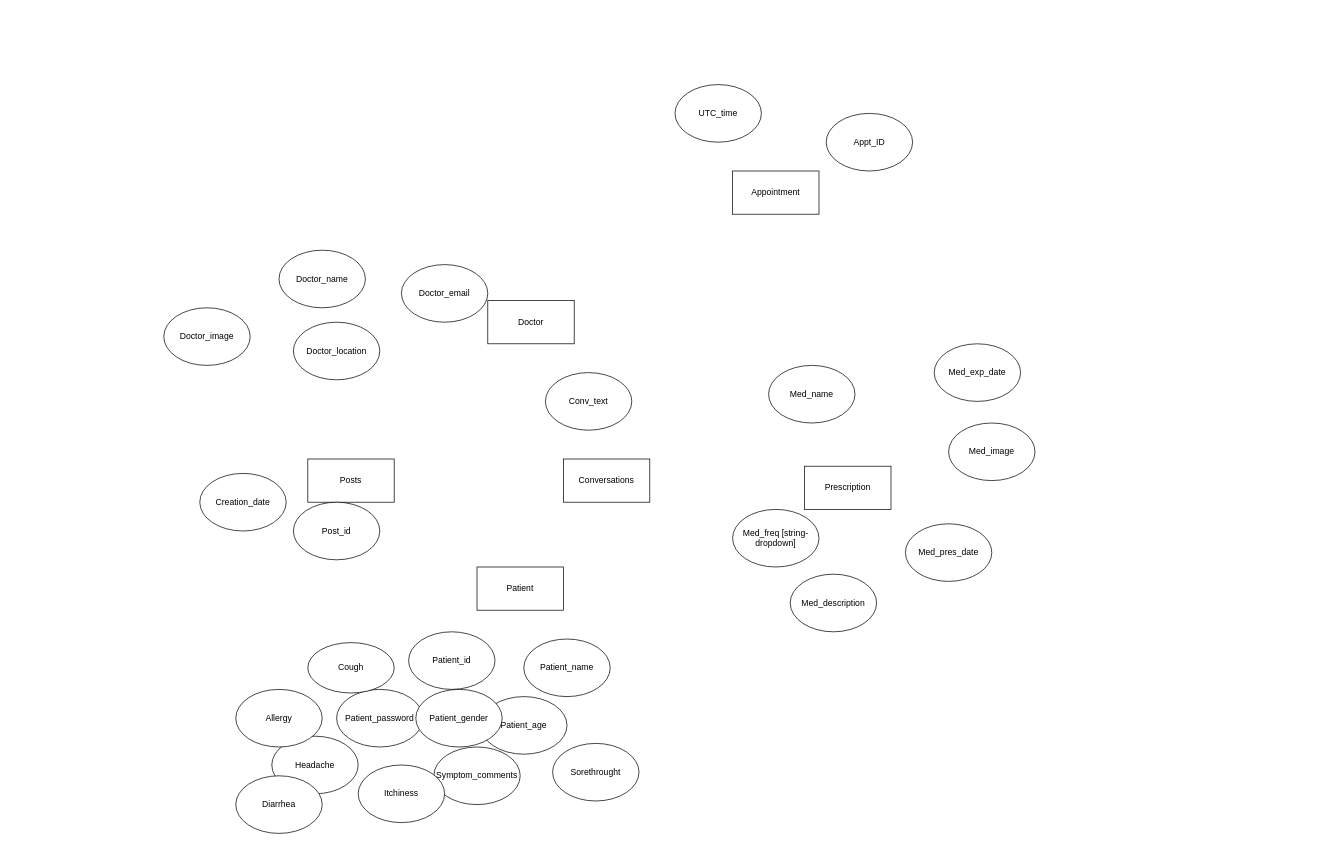
The draw.io diagram Rough_diagram.drawio in jiwoongjeon/FelicityApp, before the edit. Source tidied: cells renumbered, new cells numbered last; positions are measured from the earlier drawing's top-left corner, leaving out a move shared by most shapes. Both pictures are drawn from the tidied source at 72%, with x=0, y=0 at pixel (163, 84).
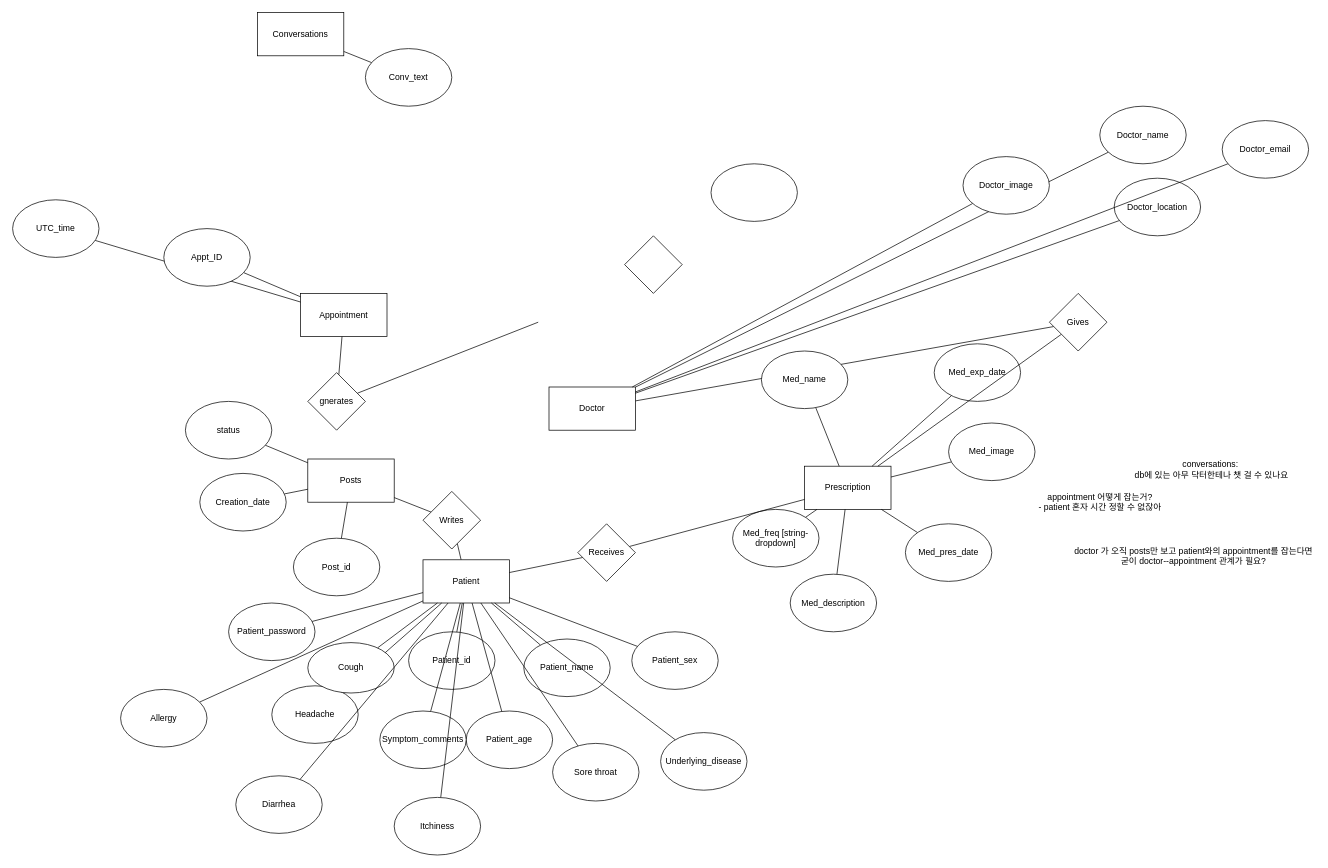
The same diagram, later.

The change refers to these unchanged cells:
```xml
<mxCell id="4" value="Prescription" style="rounded=0;whiteSpace=wrap;html=1;" parent="1" vertex="1">
  <mxGeometry x="890" y="530" width="120" height="60" as="geometry" />
</mxCell>
<mxCell id="6" value="Posts" style="rounded=0;whiteSpace=wrap;html=1;" parent="1" vertex="1">
  <mxGeometry x="200" y="520" width="120" height="60" as="geometry" />
</mxCell>
<mxCell id="9" value="Med_exp_date" style="ellipse;whiteSpace=wrap;html=1;" parent="1" vertex="1">
  <mxGeometry x="1070" y="360" width="120" height="80" as="geometry" />
</mxCell>
<mxCell id="14" value="Patient_id" style="ellipse;whiteSpace=wrap;html=1;" parent="1" vertex="1">
  <mxGeometry x="340" y="760" width="120" height="80" as="geometry" />
</mxCell>
<mxCell id="15" value="Creation_date" style="ellipse;whiteSpace=wrap;html=1;" parent="1" vertex="1">
  <mxGeometry x="50" y="540" width="120" height="80" as="geometry" />
</mxCell>
<mxCell id="18" value="Patient_name" style="ellipse;whiteSpace=wrap;html=1;" parent="1" vertex="1">
  <mxGeometry x="500" y="770" width="120" height="80" as="geometry" />
</mxCell>
<mxCell id="25" value="Cough" style="ellipse;whiteSpace=wrap;html=1;" parent="1" vertex="1">
  <mxGeometry x="200" y="775" width="120" height="70" as="geometry" />
</mxCell>
<mxCell id="28" value="Diarrhea" style="ellipse;whiteSpace=wrap;html=1;" parent="1" vertex="1">
  <mxGeometry x="100" y="960" width="120" height="80" as="geometry" />
</mxCell>
<mxCell id="29" value="Med_pres_date" style="ellipse;whiteSpace=wrap;html=1;" parent="1" vertex="1">
  <mxGeometry x="1030" y="610" width="120" height="80" as="geometry" />
</mxCell>
<mxCell id="30" value="Med_image" style="ellipse;whiteSpace=wrap;html=1;" parent="1" vertex="1">
  <mxGeometry x="1090" y="470" width="120" height="80" as="geometry" />
</mxCell>
<mxCell id="31" value="Med_freq [string-dropdown]" style="ellipse;whiteSpace=wrap;html=1;" parent="1" vertex="1">
  <mxGeometry x="790" y="590" width="120" height="80" as="geometry" />
</mxCell>
<mxCell id="32" value="Med_description" style="ellipse;whiteSpace=wrap;html=1;" parent="1" vertex="1">
  <mxGeometry x="870" y="680" width="120" height="80" as="geometry" />
</mxCell>
```

Change to the diagram source:
```diff
@@
+    <mxCell id="35" style="edgeStyle=none;rounded=0;jettySize=auto;html=1;endArrow=none;endFill=0;" parent="1" edge="1" source="2" target="69">
+      <mxGeometry relative="1" as="geometry" />
+    </mxCell>
     <mxCell id="2" value="Patient" style="rounded=0;whiteSpace=wrap;html=1;" parent="1" vertex="1">
-      <mxGeometry x="435" y="670" width="120" height="60" as="geometry" />
+      <mxGeometry x="360" y="660" width="120" height="60" as="geometry" />
     </mxCell>
     <mxCell id="3" value="Conversations" style="rounded=0;whiteSpace=wrap;html=1;" parent="1" vertex="1">
-      <mxGeometry x="555" y="520" width="120" height="60" as="geometry" />
+      <mxGeometry x="130" y="-100" width="120" height="60" as="geometry" />
     </mxCell>
@@
     <mxCell id="5" value="Appointment" style="rounded=0;whiteSpace=wrap;html=1;" parent="1" vertex="1">
-      <mxGeometry x="790" y="120" width="120" height="60" as="geometry" />
+      <mxGeometry x="190" y="290" width="120" height="60" as="geometry" />
     </mxCell>
+    <mxCell id="36" style="edgeStyle=none;rounded=0;jettySize=auto;html=1;endArrow=none;endFill=0;" parent="1" edge="1" target="81">
+      <mxGeometry relative="1" as="geometry">
+        <mxPoint x="520" y="330" as="sourcePoint" />
+      </mxGeometry>
+    </mxCell>
@@
+    <mxCell id="37" style="edgeStyle=none;rounded=0;jettySize=auto;html=1;endArrow=none;endFill=0;" parent="1" edge="1" source="7" target="74">
+      <mxGeometry relative="1" as="geometry" />
+    </mxCell>
     <mxCell id="7" value="Doctor" style="rounded=0;whiteSpace=wrap;html=1;" parent="1" vertex="1">
-      <mxGeometry x="450" y="300" width="120" height="60" as="geometry" />
+      <mxGeometry x="535" y="420" width="120" height="60" as="geometry" />
     </mxCell>
+    <mxCell id="38" style="edgeStyle=none;rounded=0;jettySize=auto;html=1;endArrow=none;endFill=0;" parent="1" edge="1" source="8" target="7">
+      <mxGeometry relative="1" as="geometry" />
+    </mxCell>
     <mxCell id="8" value="Doctor_location" style="ellipse;whiteSpace=wrap;html=1;" parent="1" vertex="1">
-      <mxGeometry x="180" y="330" width="120" height="80" as="geometry" />
+      <mxGeometry x="1320" y="130" width="120" height="80" as="geometry" />
     </mxCell>
+    <mxCell id="39" style="edgeStyle=none;rounded=0;jettySize=auto;html=1;endArrow=none;endFill=0;" parent="1" edge="1" source="9" target="4">
+      <mxGeometry relative="1" as="geometry" />
+    </mxCell>
@@
+    <mxCell id="40" style="edgeStyle=none;rounded=0;jettySize=auto;html=1;endArrow=none;endFill=0;" parent="1" edge="1" source="10" target="4">
+      <mxGeometry relative="1" as="geometry" />
+    </mxCell>
     <mxCell id="10" value="Med_name" style="ellipse;whiteSpace=wrap;html=1;" parent="1" vertex="1">
-      <mxGeometry x="840" y="390" width="120" height="80" as="geometry" />
+      <mxGeometry x="830" y="370" width="120" height="80" as="geometry" />
     </mxCell>
+    <mxCell id="41" style="edgeStyle=none;rounded=0;jettySize=auto;html=1;endArrow=none;endFill=0;" parent="1" edge="1" source="11" target="7">
+      <mxGeometry relative="1" as="geometry" />
+    </mxCell>
     <mxCell id="11" value="Doctor_email" style="ellipse;whiteSpace=wrap;html=1;" parent="1" vertex="1">
-      <mxGeometry x="330" y="250" width="120" height="80" as="geometry" />
+      <mxGeometry x="1470" y="50" width="120" height="80" as="geometry" />
     </mxCell>
+    <mxCell id="42" style="edgeStyle=none;rounded=0;jettySize=auto;html=1;endArrow=none;endFill=0;" parent="1" edge="1" source="12" target="3">
+      <mxGeometry relative="1" as="geometry" />
+    </mxCell>
     <mxCell id="12" value="Conv_text" style="ellipse;whiteSpace=wrap;html=1;" parent="1" vertex="1">
-      <mxGeometry x="530" y="400" width="120" height="80" as="geometry" />
+      <mxGeometry x="280" y="-50" width="120" height="80" as="geometry" />
     </mxCell>
+    <mxCell id="43" style="edgeStyle=none;rounded=0;jettySize=auto;html=1;endArrow=none;endFill=0;" parent="1" edge="1" source="13" target="6">
+      <mxGeometry relative="1" as="geometry" />
+    </mxCell>
     <mxCell id="13" value="Post_id" style="ellipse;whiteSpace=wrap;html=1;" parent="1" vertex="1">
-      <mxGeometry x="180" y="580" width="120" height="80" as="geometry" />
+      <mxGeometry x="180" y="630" width="120" height="80" as="geometry" />
     </mxCell>
+    <mxCell id="44" style="edgeStyle=none;rounded=0;jettySize=auto;html=1;endArrow=none;endFill=0;" parent="1" edge="1" source="14" target="2">
+      <mxGeometry relative="1" as="geometry" />
+    </mxCell>
@@
+    <mxCell id="45" style="edgeStyle=none;rounded=0;jettySize=auto;html=1;endArrow=none;endFill=0;" parent="1" edge="1" source="15" target="6">
+      <mxGeometry relative="1" as="geometry" />
+    </mxCell>
@@
+    <mxCell id="46" style="edgeStyle=none;rounded=0;jettySize=auto;html=1;endArrow=none;endFill=0;" parent="1" edge="1" source="16" target="7">
+      <mxGeometry relative="1" as="geometry" />
+    </mxCell>
     <mxCell id="16" value="Doctor_name" style="ellipse;whiteSpace=wrap;html=1;" parent="1" vertex="1">
-      <mxGeometry x="160" y="230" width="120" height="80" as="geometry" />
+      <mxGeometry x="1300" y="30" width="120" height="80" as="geometry" />
     </mxCell>
+    <mxCell id="47" style="edgeStyle=none;rounded=0;jettySize=auto;html=1;endArrow=none;endFill=0;" parent="1" edge="1" source="17" target="7">
+      <mxGeometry relative="1" as="geometry" />
+    </mxCell>
     <mxCell id="17" value="Doctor_image" style="ellipse;whiteSpace=wrap;html=1;" parent="1" vertex="1">
-      <mxGeometry y="310" width="120" height="80" as="geometry" />
+      <mxGeometry x="1110" y="100" width="120" height="80" as="geometry" />
     </mxCell>
+    <mxCell id="48" style="edgeStyle=none;rounded=0;jettySize=auto;html=1;endArrow=none;endFill=0;" parent="1" edge="1" source="18" target="2">
+      <mxGeometry relative="1" as="geometry" />
+    </mxCell>
@@
+    <mxCell id="49" style="edgeStyle=none;rounded=0;jettySize=auto;html=1;endArrow=none;endFill=0;" parent="1" edge="1" source="19" target="2">
+      <mxGeometry relative="1" as="geometry" />
+    </mxCell>
     <mxCell id="19" value="Patient_password" style="ellipse;whiteSpace=wrap;html=1;" parent="1" vertex="1">
-      <mxGeometry x="240" y="840" width="120" height="80" as="geometry" />
+      <mxGeometry x="90" y="720" width="120" height="80" as="geometry" />
     </mxCell>
+    <mxCell id="50" style="edgeStyle=none;rounded=0;jettySize=auto;html=1;endArrow=none;endFill=0;" parent="1" edge="1" source="20" target="2">
+      <mxGeometry relative="1" as="geometry" />
+    </mxCell>
     <mxCell id="20" value="Patient_age" style="ellipse;whiteSpace=wrap;html=1;" parent="1" vertex="1">
-      <mxGeometry x="440" y="850" width="120" height="80" as="geometry" />
+      <mxGeometry x="420" y="870" width="120" height="80" as="geometry" />
     </mxCell>
+    <mxCell id="51" style="edgeStyle=none;rounded=0;jettySize=auto;html=1;endArrow=none;endFill=0;" parent="1" edge="1" source="21" target="2">
+      <mxGeometry relative="1" as="geometry" />
+    </mxCell>
-    <mxCell id="21" value="Patient_gender" style="ellipse;whiteSpace=wrap;html=1;" parent="1" vertex="1">
-      <mxGeometry x="350" y="840" width="120" height="80" as="geometry" />
+    <mxCell id="21" value="Patient_sex" style="ellipse;whiteSpace=wrap;html=1;" parent="1" vertex="1">
+      <mxGeometry x="650" y="760" width="120" height="80" as="geometry" />
     </mxCell>
+    <mxCell id="52" style="edgeStyle=none;rounded=0;jettySize=auto;html=1;endArrow=none;endFill=0;" parent="1" edge="1" source="22" target="2">
+      <mxGeometry relative="1" as="geometry" />
+    </mxCell>
     <mxCell id="22" value="Symptom_comments" style="ellipse;whiteSpace=wrap;html=1;" parent="1" vertex="1">
-      <mxGeometry x="375" y="920" width="120" height="80" as="geometry" />
+      <mxGeometry x="300" y="870" width="120" height="80" as="geometry" />
     </mxCell>
+    <mxCell id="53" style="edgeStyle=none;rounded=0;jettySize=auto;html=1;endArrow=none;endFill=0;" parent="1" edge="1" source="23" target="2">
+      <mxGeometry relative="1" as="geometry" />
+    </mxCell>
     <mxCell id="23" value="Headache" style="ellipse;whiteSpace=wrap;html=1;" parent="1" vertex="1">
-      <mxGeometry x="150" y="905" width="120" height="80" as="geometry" />
+      <mxGeometry x="150" y="835" width="120" height="80" as="geometry" />
     </mxCell>
+    <mxCell id="54" style="edgeStyle=none;rounded=0;jettySize=auto;html=1;endArrow=none;endFill=0;" parent="1" edge="1" source="24" target="2">
+      <mxGeometry relative="1" as="geometry" />
+    </mxCell>
-    <mxCell id="24" value="Sorethrought" style="ellipse;whiteSpace=wrap;html=1;" parent="1" vertex="1">
+    <mxCell id="24" value="Sore throat" style="ellipse;whiteSpace=wrap;html=1;" parent="1" vertex="1">
       <mxGeometry x="540" y="915" width="120" height="80" as="geometry" />
     </mxCell>
+    <mxCell id="55" style="edgeStyle=none;rounded=0;jettySize=auto;html=1;endArrow=none;endFill=0;" parent="1" edge="1" source="25" target="2">
+      <mxGeometry relative="1" as="geometry" />
+    </mxCell>
@@
+    <mxCell id="56" style="edgeStyle=none;rounded=0;jettySize=auto;html=1;endArrow=none;endFill=0;" parent="1" edge="1" source="26" target="2">
+      <mxGeometry relative="1" as="geometry" />
+    </mxCell>
     <mxCell id="26" value="Allergy" style="ellipse;whiteSpace=wrap;html=1;" parent="1" vertex="1">
-      <mxGeometry x="100" y="840" width="120" height="80" as="geometry" />
+      <mxGeometry x="-60" y="840" width="120" height="80" as="geometry" />
     </mxCell>
+    <mxCell id="57" style="edgeStyle=none;rounded=0;jettySize=auto;html=1;endArrow=none;endFill=0;" parent="1" edge="1" source="27" target="2">
+      <mxGeometry relative="1" as="geometry" />
+    </mxCell>
     <mxCell id="27" value="Itchiness" style="ellipse;whiteSpace=wrap;html=1;" parent="1" vertex="1">
-      <mxGeometry x="270" y="945" width="120" height="80" as="geometry" />
+      <mxGeometry x="320" y="990" width="120" height="80" as="geometry" />
     </mxCell>
+    <mxCell id="58" style="edgeStyle=none;rounded=0;jettySize=auto;html=1;endArrow=none;endFill=0;" parent="1" edge="1" source="28" target="2">
+      <mxGeometry relative="1" as="geometry" />
+    </mxCell>
@@
+    <mxCell id="59" style="edgeStyle=none;rounded=0;jettySize=auto;html=1;endArrow=none;endFill=0;" parent="1" edge="1" source="29" target="4">
+      <mxGeometry relative="1" as="geometry" />
+    </mxCell>
@@
+    <mxCell id="60" style="edgeStyle=none;rounded=0;jettySize=auto;html=1;endArrow=none;endFill=0;" parent="1" edge="1" source="30" target="4">
+      <mxGeometry relative="1" as="geometry" />
+    </mxCell>
@@
+    <mxCell id="61" style="edgeStyle=none;rounded=0;jettySize=auto;html=1;endArrow=none;endFill=0;" parent="1" edge="1" source="31" target="4">
+      <mxGeometry relative="1" as="geometry" />
+    </mxCell>
@@
+    <mxCell id="62" style="edgeStyle=none;rounded=0;jettySize=auto;html=1;endArrow=none;endFill=0;" parent="1" edge="1" source="32" target="4">
+      <mxGeometry relative="1" as="geometry" />
+    </mxCell>
@@
+    <mxCell id="63" style="rounded=0;jettySize=auto;html=1;endArrow=none;endFill=0;" parent="1" edge="1" source="33" target="5">
+      <mxGeometry relative="1" as="geometry" />
+    </mxCell>
     <mxCell id="33" value="UTC_time" style="ellipse;whiteSpace=wrap;html=1;" parent="1" vertex="1">
-      <mxGeometry x="710" width="120" height="80" as="geometry" />
+      <mxGeometry x="-210" y="160" width="120" height="80" as="geometry" />
     </mxCell>
+    <mxCell id="64" style="edgeStyle=none;rounded=0;jettySize=auto;html=1;endArrow=none;endFill=0;" parent="1" edge="1" source="34" target="5">
+      <mxGeometry relative="1" as="geometry" />
+    </mxCell>
     <mxCell id="34" value="Appt_ID" style="ellipse;whiteSpace=wrap;html=1;" parent="1" vertex="1">
-      <mxGeometry x="920" y="40" width="120" height="80" as="geometry" />
+      <mxGeometry y="200" width="120" height="80" as="geometry" />
     </mxCell>
+    <mxCell id="65" style="edgeStyle=none;rounded=0;jettySize=auto;html=1;endArrow=none;endFill=0;" parent="1" edge="1" source="66" target="2">
+      <mxGeometry relative="1" as="geometry" />
+    </mxCell>
+    <mxCell id="66" value="Underlying_disease" style="ellipse;whiteSpace=wrap;html=1;" parent="1" vertex="1">
+      <mxGeometry x="690" y="900" width="120" height="80" as="geometry" />
+    </mxCell>
+    <mxCell id="67" value="appointment 어떻게 잡는거?&lt;br&gt;- patient 혼자 시간 정할 수 없잖아" style="text;html=1;align=center;verticalAlign=middle;strokeColor=none;fillColor=none;" parent="1" vertex="1">
+      <mxGeometry x="1210" y="565" width="180" height="30" as="geometry" />
+    </mxCell>
+    <mxCell id="68" style="edgeStyle=none;rounded=0;jettySize=auto;html=1;endArrow=none;endFill=0;" parent="1" edge="1" source="69" target="6">
+      <mxGeometry relative="1" as="geometry" />
+    </mxCell>
+    <mxCell id="69" value="Writes" style="rhombus;whiteSpace=wrap;html=1;" parent="1" vertex="1">
+      <mxGeometry x="360" y="565" width="80" height="80" as="geometry" />
+    </mxCell>
+    <mxCell id="70" style="edgeStyle=none;rounded=0;jettySize=auto;html=1;endArrow=none;endFill=0;" parent="1" edge="1" source="72" target="2">
+      <mxGeometry relative="1" as="geometry" />
+    </mxCell>
+    <mxCell id="71" style="edgeStyle=none;rounded=0;jettySize=auto;html=1;endArrow=none;endFill=0;" parent="1" edge="1" source="72" target="4">
+      <mxGeometry relative="1" as="geometry" />
+    </mxCell>
+    <mxCell id="72" value="Receives" style="rhombus;whiteSpace=wrap;html=1;" parent="1" vertex="1">
+      <mxGeometry x="575" y="610" width="80" height="80" as="geometry" />
+    </mxCell>
+    <mxCell id="73" style="edgeStyle=none;rounded=0;jettySize=auto;html=1;endArrow=none;endFill=0;" parent="1" edge="1" source="74" target="4">
+      <mxGeometry relative="1" as="geometry" />
+    </mxCell>
+    <mxCell id="74" value="Gives" style="rhombus;whiteSpace=wrap;html=1;" parent="1" vertex="1">
+      <mxGeometry x="1230" y="290" width="80" height="80" as="geometry" />
+    </mxCell>
+    <mxCell id="75" value="conversations:&amp;nbsp;&lt;br&gt;db에 있는 아무 닥터한테나 챗 걸 수 있나요" style="text;html=1;align=center;verticalAlign=middle;strokeColor=none;fillColor=none;" parent="1" vertex="1">
+      <mxGeometry x="1345" y="520" width="220" height="30" as="geometry" />
+    </mxCell>
+    <mxCell id="76" style="ellipse;whiteSpace=wrap;html=1;" parent="1" vertex="1">
+      <mxGeometry x="760" y="110" width="120" height="80" as="geometry" />
+    </mxCell>
+    <mxCell id="77" style="edgeStyle=none;rounded=0;jettySize=auto;html=1;endArrow=none;endFill=0;" parent="1" edge="1" source="78" target="6">
+      <mxGeometry relative="1" as="geometry" />
+    </mxCell>
+    <mxCell id="78" value="status" style="ellipse;whiteSpace=wrap;html=1;" parent="1" vertex="1">
+      <mxGeometry x="30" y="440" width="120" height="80" as="geometry" />
+    </mxCell>
+    <mxCell id="79" value="doctor 가 오직 posts만 보고 patient와의 appointment를 잡는다면&lt;br&gt;굳이 doctor--appointment 관계가 필요?&lt;br&gt;" style="text;html=1;align=center;verticalAlign=middle;strokeColor=none;fillColor=none;" parent="1" vertex="1">
+      <mxGeometry x="1260" y="640" width="340" height="30" as="geometry" />
+    </mxCell>
+    <mxCell id="80" style="edgeStyle=none;rounded=0;jettySize=auto;html=1;endArrow=none;endFill=0;" parent="1" edge="1" source="81" target="5">
+      <mxGeometry relative="1" as="geometry" />
+    </mxCell>
+    <mxCell id="81" value="gnerates" style="rhombus;whiteSpace=wrap;html=1;" parent="1" vertex="1">
+      <mxGeometry x="200" y="400" width="80" height="80" as="geometry" />
+    </mxCell>
+    <mxCell id="82" style="rhombus;whiteSpace=wrap;html=1;" parent="1" vertex="1">
+      <mxGeometry x="640" y="210" width="80" height="80" as="geometry" />
+    </mxCell>
```
